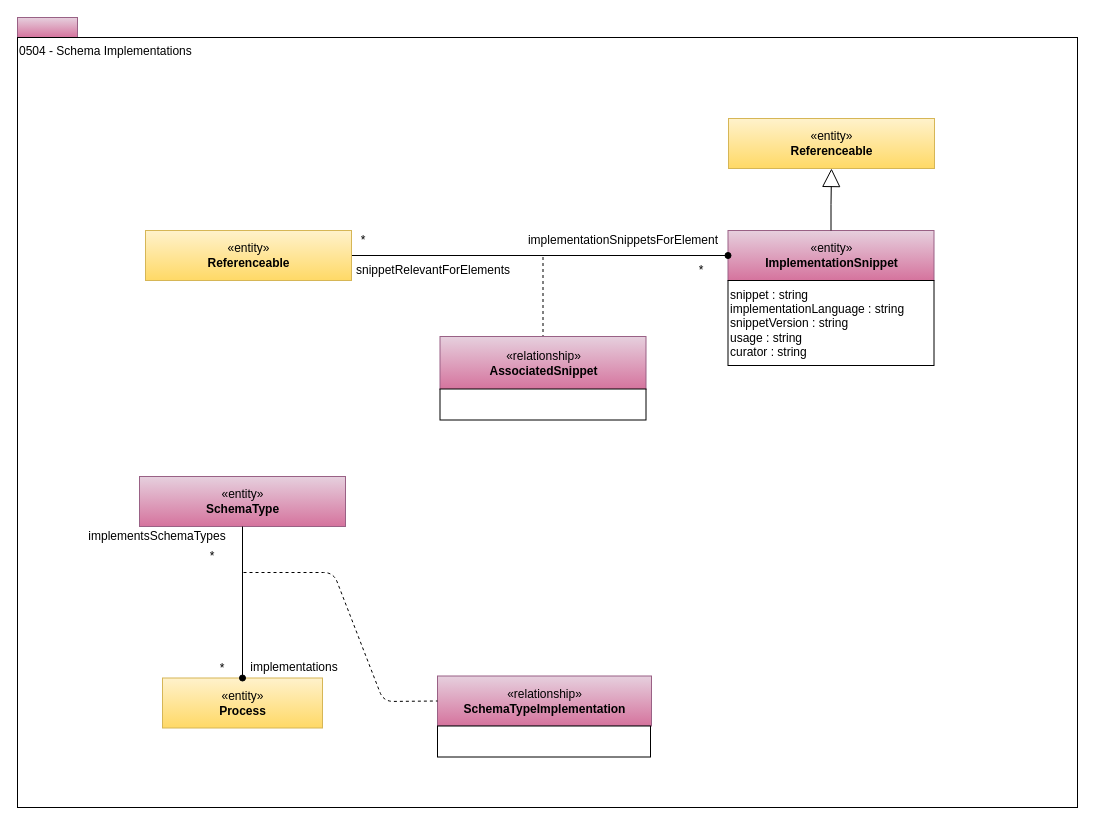
This is page "0504-Implementation-Snippets" (4 of 36) of site/docs/types/5/area-5-models-and-schema.drawio from odpi/egeria-docs, a draw.io file, before an edit. Source tidied: cells renumbered, new cells numbered last; positions are measured from the earlier drawing's top-left corner, leaving out a move shared by most shapes. Both pictures are drawn from the tidied source at 100%, with x=0, y=0 at pixel (17, 17).
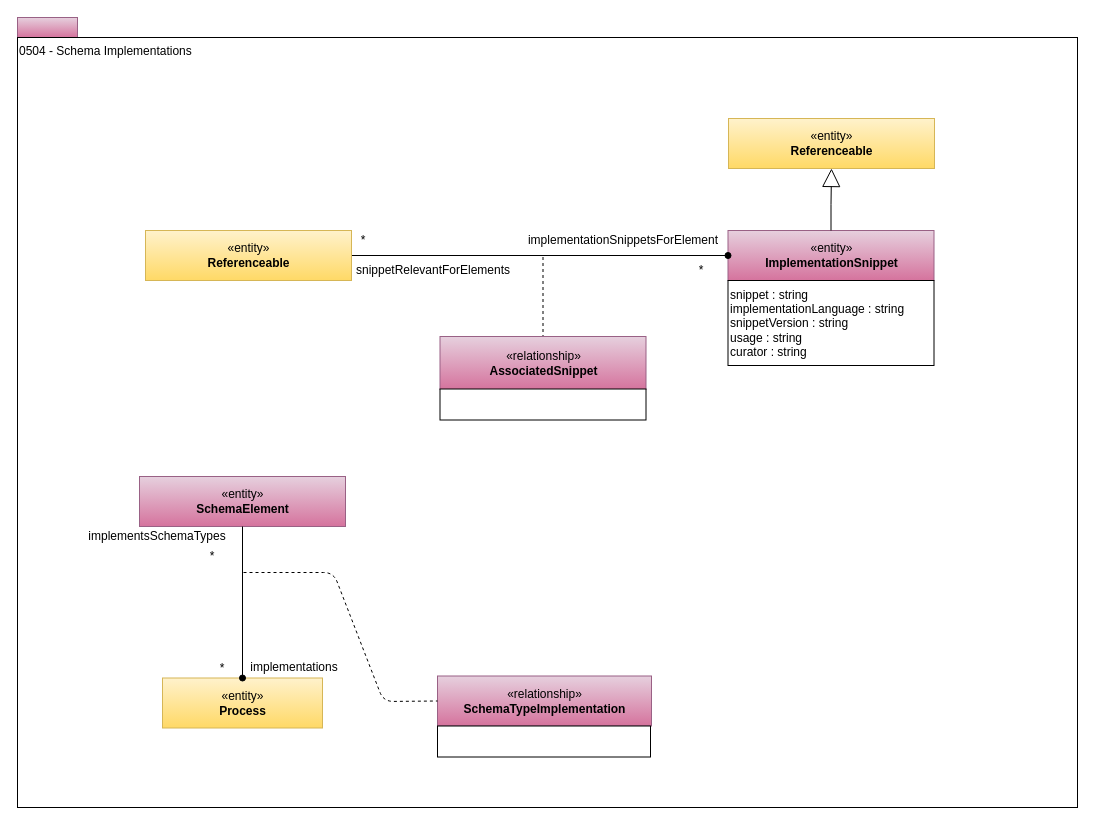
Above is the later version.

Change to the diagram source:
```diff
@@
-    <mxCell id="4" value="«entity»&lt;br&gt;&lt;b&gt;SchemaType&lt;/b&gt;" style="html=1;strokeColor=#996185;align=center;fillColor=#e6d0de;gradientColor=#d5739d;" parent="1" vertex="1">
+    <mxCell id="4" value="«entity»&lt;br&gt;&lt;b&gt;SchemaElement&lt;/b&gt;" style="html=1;strokeColor=#996185;align=center;fillColor=#e6d0de;gradientColor=#d5739d;" parent="1" vertex="1">
       <mxGeometry x="122" y="459" width="206" height="50" as="geometry" />
     </mxCell>
```
